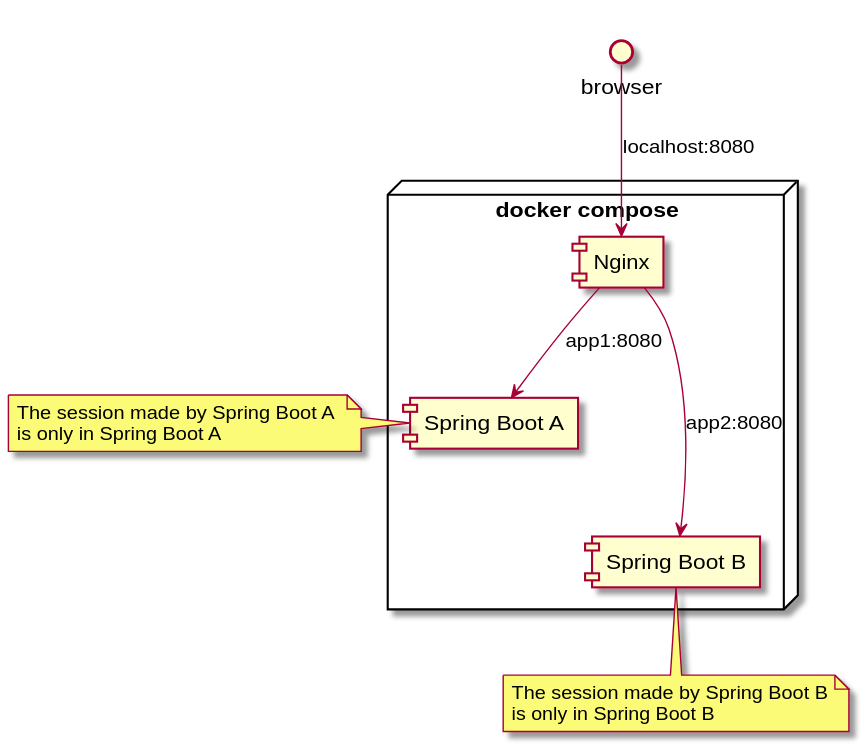
Earlier version of the PlantUML export server_config.svg (yuizho/spring-session-sample). Its diagram source:
```plantuml
@startuml
node "docker compose" {
    [Nginx]
    [Nginx] --> [Spring Boot A]: app1:8080
    [Nginx] ---> [Spring Boot B]: app2:8080
}
browser --> [Nginx]: localhost:8080
note left of [Spring Boot A]
    The session made by Spring Boot A
    is only in Spring Boot A
end note
note bottom of [Spring Boot B]
    The session made by Spring Boot B
    is only in Spring Boot B
end note
@enduml
```
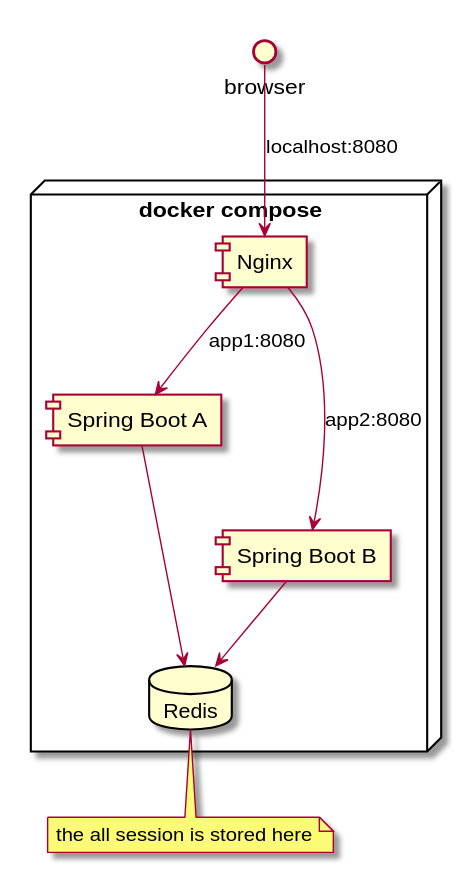
Later version of the same file.

Diff of the diagram source:
```diff
@@ -3,14 +3,12 @@
     [Nginx]
     [Nginx] --> [Spring Boot A]: app1:8080
     [Nginx] ---> [Spring Boot B]: app2:8080
+    database Redis
+    [Spring Boot A] ---> Redis
+    [Spring Boot B] --> Redis
 }
 browser --> [Nginx]: localhost:8080
-note left of [Spring Boot A]
-    The session made by Spring Boot A
-    is only in Spring Boot A
-end note
-note bottom of [Spring Boot B]
-    The session made by Spring Boot B
-    is only in Spring Boot B
+note bottom of Redis
+   the all session is stored here
 end note
 @enduml
```
